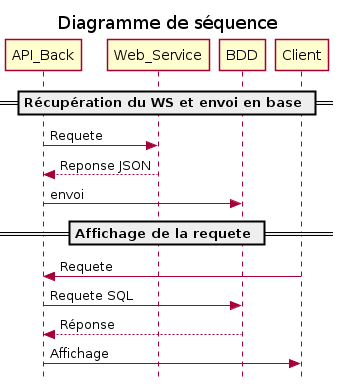
Before: cesi-python/out/sequence/Diagramme de séquence.png, a diagram exported from PlantUML (Rodolphe33/projet-python-cesi).
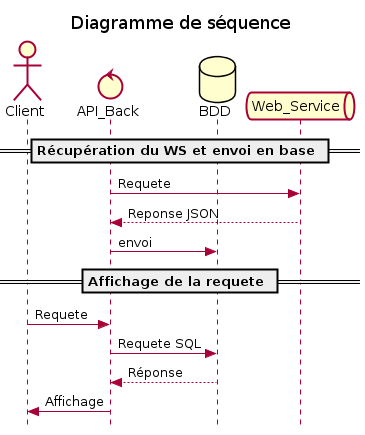
Above is the later version.

Commit message:
modif du diagramme de sequence

The edit, as a diff of the source:
```diff
@@ -2,16 +2,20 @@
     skinparam Style strictuml
 
     title Diagramme de séquence
+    actor       Client      as Foo1
+    control     API_Back    as Foo2
+    database    BDD         as Foo4
+    queue      Web_Service  as Foo3
 
     == Récupération du WS et envoi en base ==
-        API_Back -> Web_Service : Requete
-        Web_Service --> API_Back : Reponse JSON
-        API_Back -> BDD : envoi
+        Foo2 -> Foo3 : Requete
+        Foo3 --> Foo2 : Reponse JSON
+        Foo2 -> Foo4 : envoi
 
     == Affichage de la requete ==
-        Client -> API_Back : Requete
-        API_Back -> BDD : Requete SQL
-        BDD --> API_Back : Réponse
-        API_Back -> Client : Affichage
+        Foo1 -> Foo2 : Requete
+        Foo2 -> Foo4 : Requete SQL
+        Foo4 --> Foo2 : Réponse
+        Foo2 -> Foo1 : Affichage
 
 @enduml
```
